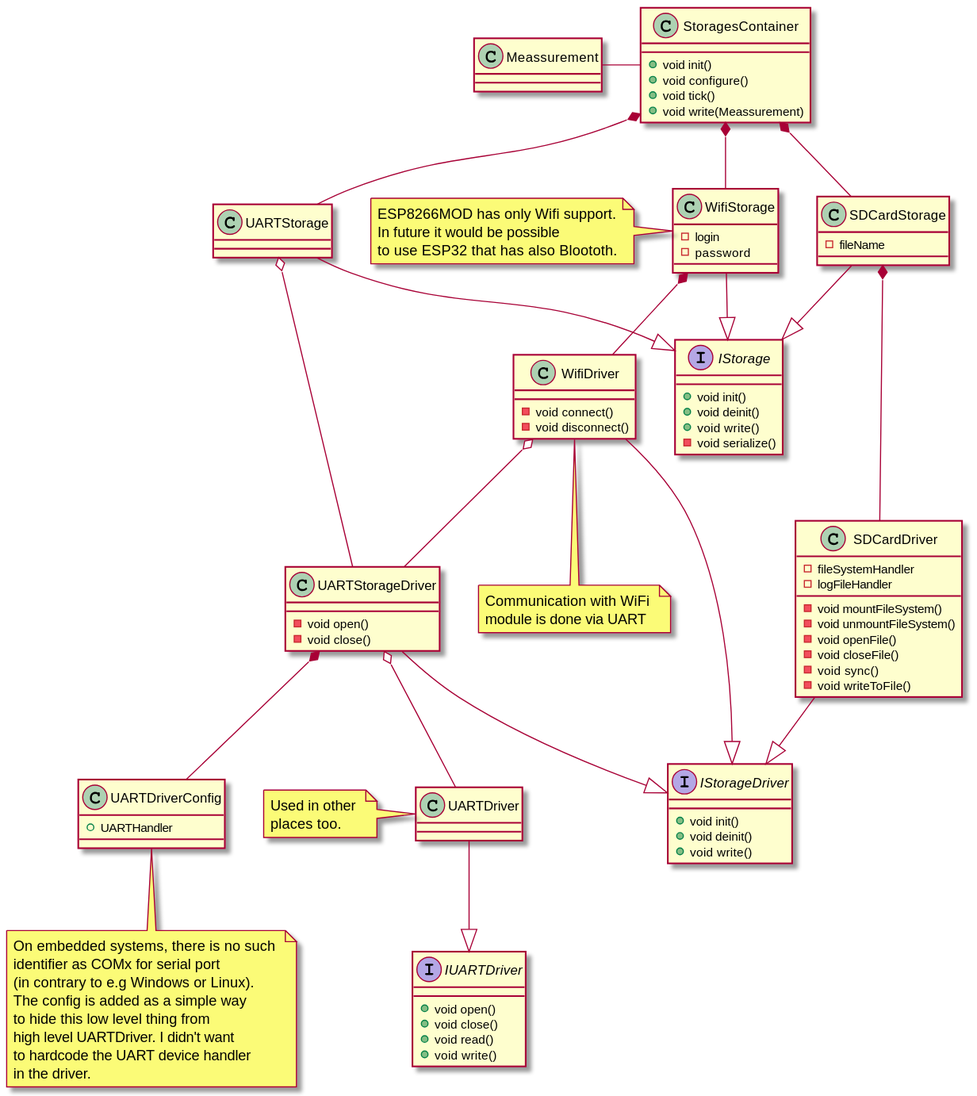
RobertGawron/HardwareDataLogger keeps this PlantUML diagram as Documentation/Diagrams/Export/Documentation/Diagrams/Source/NUCLEO-F103RB/Storage_Class_Diagram.svg. Above is the earlier version. Source of this version:
```plantuml
@startuml

class Meassurement

class StoragesContainer {
    +void init()
    +void configure()
    +void tick()
    +void write(Meassurement)
}

Meassurement - StoragesContainer

interface IStorage {
    +void init()
    +void deinit()
    +void write()
    -void serialize()
}

interface IStorageDriver {
    +void init()
    +void deinit()
    +void write()
}

class SDCardStorage {
    -fileName
}

class UARTStorage {
}

note left of WifiStorage
ESP8266MOD has only Wifi support.
In future it would be possible
to use ESP32 that has also Bloototh.
end note

class WifiStorage {
    -login
    -password
}


class SDCardDriver {
    -void mountFileSystem()
    -void unmountFileSystem()
    -void openFile()
    -void closeFile()
    -void sync()
    -void writeToFile()

    - fileSystemHandler
    - logFileHandler
}

class UARTStorageDriver {
    -void open()
    -void close()
}

note bottom of UARTDriverConfig
On embedded systems, there is no such
identifier as COMx for serial port
(in contrary to e.g Windows or Linux).
The config is added as a simple way
to hide this low level thing from
high level UARTDriver. I didn't want
to hardcode the UART device handler
in the driver.
end note
class UARTDriverConfig {
    +UARTHandler
}

note bottom of WifiDriver
Communication with WiFi
module is done via UART
end note

class WifiDriver {
    -void connect()
    -void disconnect()
}

note left of UARTDriver
Used in other
places too.
end note
class UARTDriver {

}

interface IUARTDriver {
    +void open()
    +void close()
    +void read()
    +void write()
}

UARTDriver --|> IUARTDriver
UARTStorageDriver o-- UARTDriver

StoragesContainer *-- SDCardStorage
StoragesContainer *-- UARTStorage
StoragesContainer *-- WifiStorage



WifiStorage --|> IStorage
SDCardStorage --|> IStorage
UARTStorage--|> IStorage

UARTStorage o-- UARTStorageDriver
SDCardStorage *-- SDCardDriver
WifiStorage *-- WifiDriver

SDCardDriver --|> IStorageDriver
UARTStorageDriver --|> IStorageDriver
WifiDriver --|> IStorageDriver

WifiDriver o-- UARTStorageDriver

UARTStorageDriver *-- UARTDriverConfig

@enduml
```
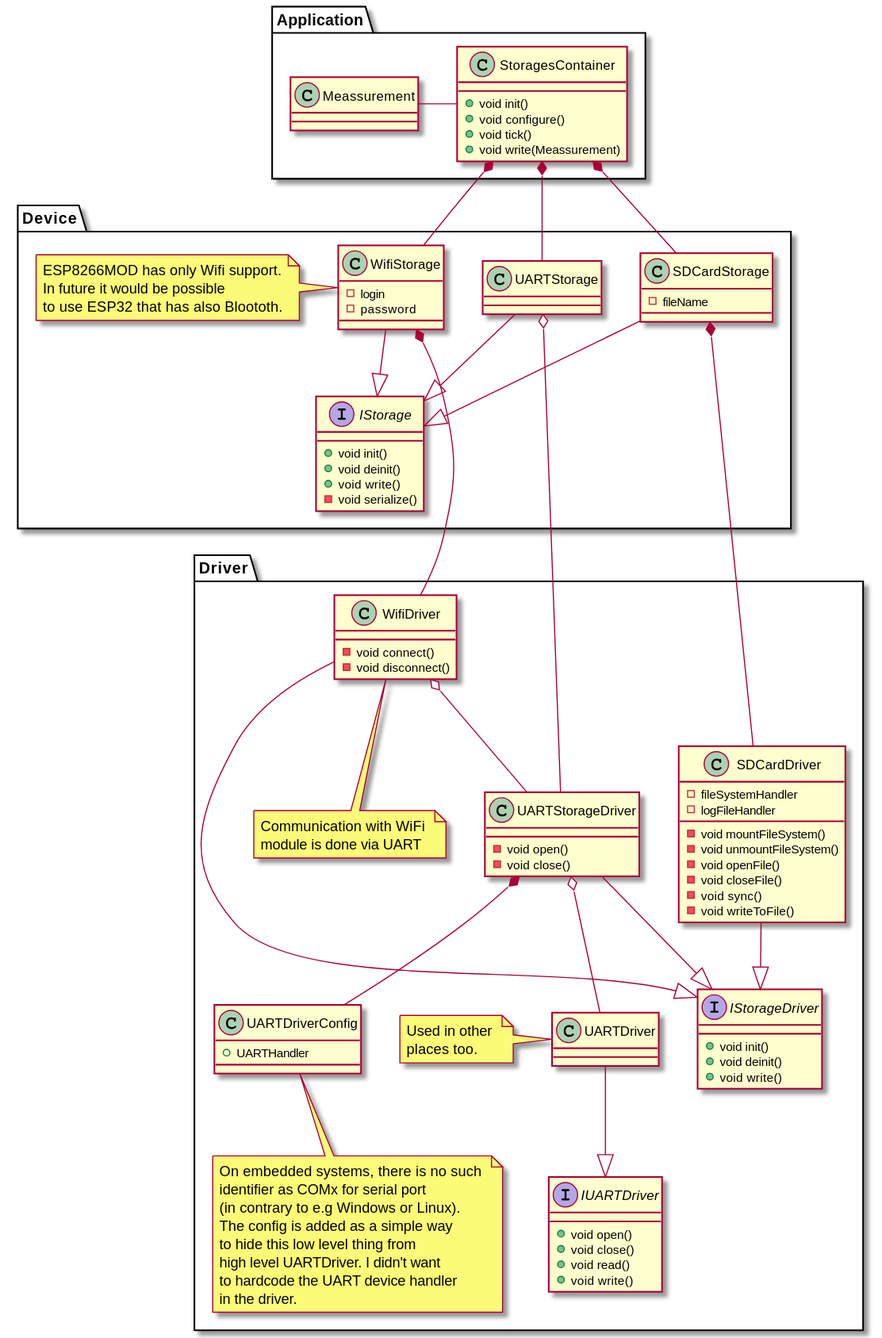
After the commit.

Commit message:
add components to storage class diagram to help for future rework

The edit, as a diff of the source:
```diff
@@ -1,103 +1,116 @@
 @startuml
 
-class Meassurement
+package Application {
+    class Meassurement
 
-class StoragesContainer {
-    +void init()
-    +void configure()
-    +void tick()
-    +void write(Meassurement)
+    class StoragesContainer {
+        +void init()
+        +void configure()
+        +void tick()
+        +void write(Meassurement)
+    }
+
+    Meassurement - StoragesContainer
 }
 
-Meassurement - StoragesContainer
+Package Device {
+    interface IStorage {
+        +void init()
+        +void deinit()
+        +void write()
+        -void serialize()
+    }
 
-interface IStorage {
-    +void init()
-    +void deinit()
-    +void write()
-    -void serialize()
+
+    class SDCardStorage {
+        -fileName
+    }
+
+    class UARTStorage {
+    }
+
+    note left of WifiStorage
+    ESP8266MOD has only Wifi support.
+    In future it would be possible
+    to use ESP32 that has also Bloototh.
+    end note
+    class WifiStorage {
+        -login
+        -password
+    }
 }
 
-interface IStorageDriver {
-    +void init()
-    +void deinit()
-    +void write()
-}
+Package Driver {
+    interface IStorageDriver {
+        +void init()
+        +void deinit()
+        +void write()
+    }
 
-class SDCardStorage {
-    -fileName
-}
+    class SDCardDriver {
+        -void mountFileSystem()
+        -void unmountFileSystem()
+        -void openFile()
+        -void closeFile()
+        -void sync()
+        -void writeToFile()
 
-class UARTStorage {
-}
+        - fileSystemHandler
+        - logFileHandler
+    }
 
-note left of WifiStorage
-ESP8266MOD has only Wifi support.
-In future it would be possible
-to use ESP32 that has also Bloototh.
-end note
+    class UARTStorageDriver {
+        -void open()
+        -void close()
+    }
 
-class WifiStorage {
-    -login
-    -password
+    note bottom of UARTDriverConfig
+    On embedded systems, there is no such
+    identifier as COMx for serial port
+    (in contrary to e.g Windows or Linux).
+    The config is added as a simple way
+    to hide this low level thing from
+    high level UARTDriver. I didn't want
+    to hardcode the UART device handler
+    in the driver.
+    end note
+    class UARTDriverConfig {
+        +UARTHandler
+    }
+
+    note bottom of WifiDriver
+    Communication with WiFi
+    module is done via UART
+    end note
+
+    class WifiDriver {
+        -void connect()
+        -void disconnect()
+    }
+
+    note left of UARTDriver
+    Used in other
+    places too.
+    end note
+    class UARTDriver {
+
+    }
+
+    interface IUARTDriver {
+        +void open()
+        +void close()
+        +void read()
+        +void write()
+    }
 }
 
 
-class SDCardDriver {
-    -void mountFileSystem()
-    -void unmountFileSystem()
-    -void openFile()
-    -void closeFile()
-    -void sync()
-    -void writeToFile()
 
-    - fileSystemHandler
-    - logFileHandler
-}
 
-class UARTStorageDriver {
-    -void open()
-    -void close()
-}
 
-note bottom of UARTDriverConfig
-On embedded systems, there is no such
-identifier as COMx for serial port
-(in contrary to e.g Windows or Linux).
-The config is added as a simple way
-to hide this low level thing from
-high level UARTDriver. I didn't want
-to hardcode the UART device handler
-in the driver.
-end note
-class UARTDriverConfig {
-    +UARTHandler
-}
 
-note bottom of WifiDriver
-Communication with WiFi
-module is done via UART
-end note
 
-class WifiDriver {
-    -void connect()
-    -void disconnect()
-}
 
-note left of UARTDriver
-Used in other
-places too.
-end note
-class UARTDriver {
-
-}
-
-interface IUARTDriver {
-    +void open()
-    +void close()
-    +void read()
-    +void write()
-}
 
 UARTDriver --|> IUARTDriver
 UARTStorageDriver o-- UARTDriver
@@ -114,7 +127,7 @@
 
 UARTStorage o-- UARTStorageDriver
 SDCardStorage *-- SDCardDriver
-WifiStorage *-- WifiDriver
+WifiStorage *--- WifiDriver
 
 SDCardDriver --|> IStorageDriver
 UARTStorageDriver --|> IStorageDriver
```
